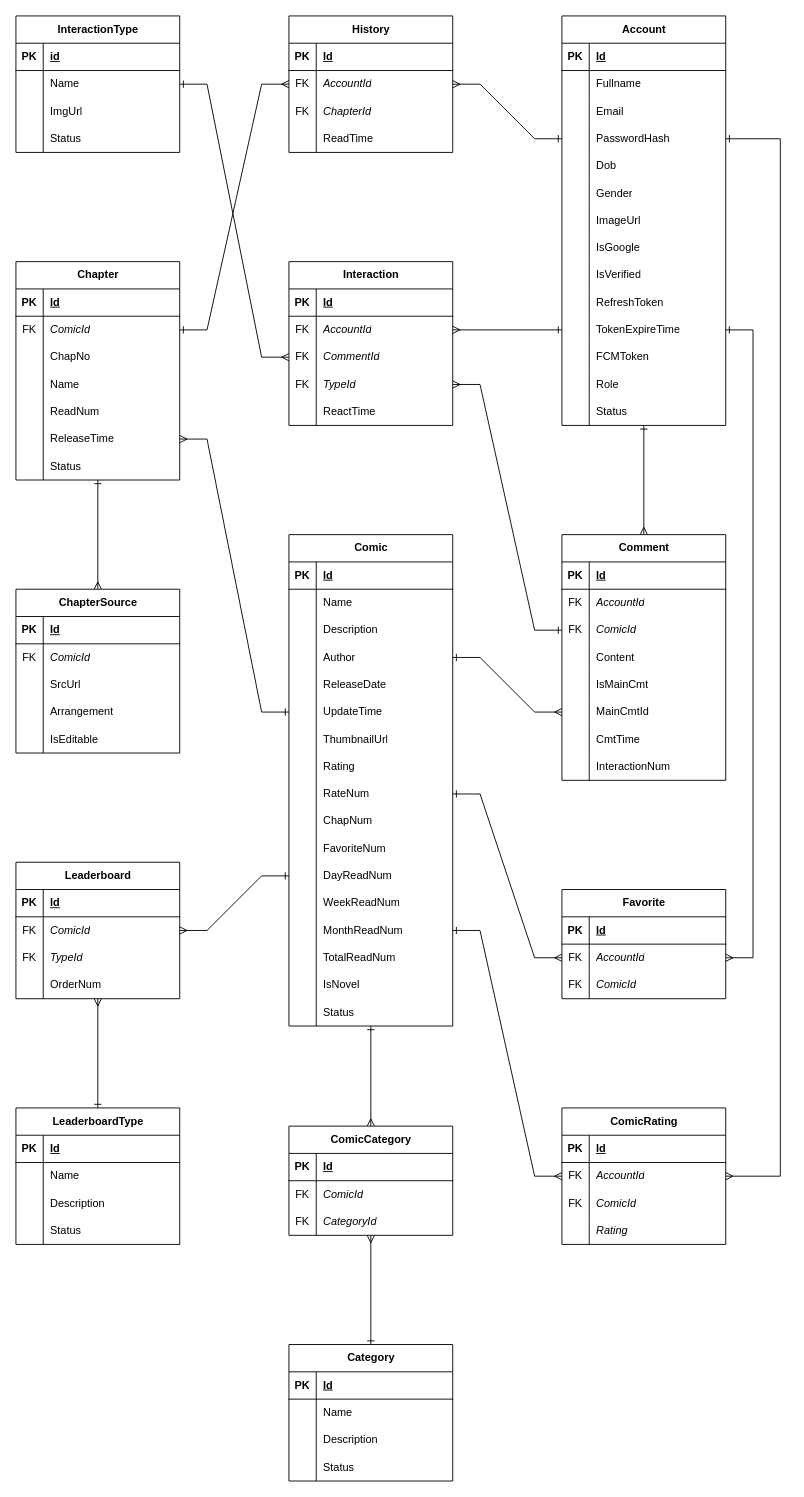
Earlier version of the draw.io diagram page "Logical" (2 of 2) of OnComics.Database/OnComics-ERD-Diagram.drawio (hiepquoc0607/OnComics). Source tidied: cells renumbered, new cells numbered last; positions are measured from the earlier drawing's top-left corner, leaving out a move shared by most shapes. Both pictures are drawn from the tidied source at 91%, with x=0, y=0 at pixel (15, 15).
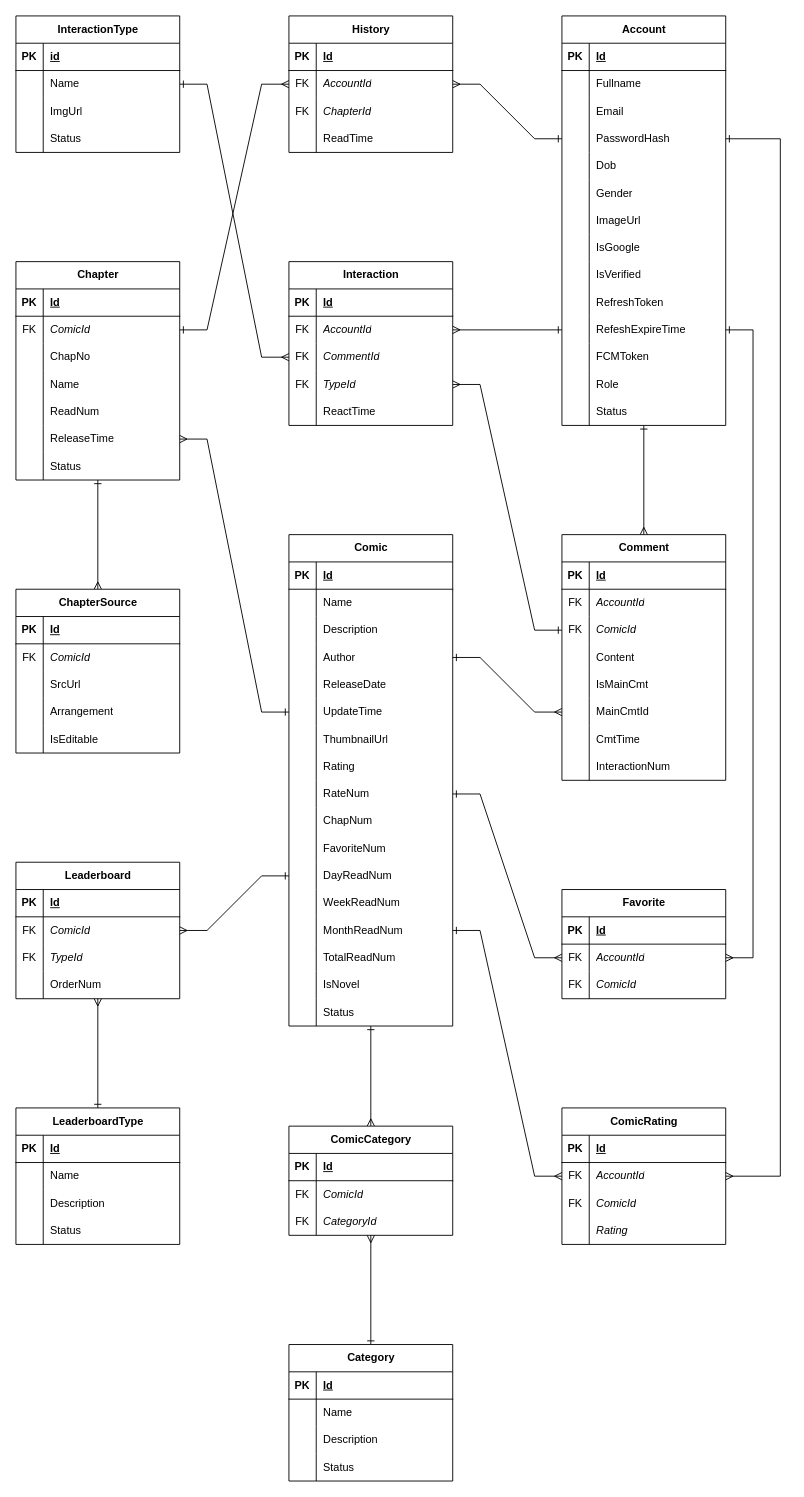
The same diagram, later.

Unchanged cells that the change refers to:
```xml
<mxCell id="34" style="shape=tableRow;horizontal=0;startSize=0;swimlaneHead=0;swimlaneBody=0;fillColor=none;points=[[0,0.5],[1,0.5]];portConstraint=eastwest;top=0;left=0;right=0;bottom=0;" parent="3" vertex="1">
  <mxGeometry y="330" width="180" height="30" as="geometry" />
</mxCell>
```

Change to the diagram source:
```diff
@@
-    <mxCell id="36" value="TokenExpireTime" style="shape=partialRectangle;fillColor=none;top=0;left=0;bottom=0;right=0;align=left;spacingLeft=6;overflow=hidden;whiteSpace=wrap;html=1;" parent="34" vertex="1">
+    <mxCell id="36" value="RefeshExpireTime" style="shape=partialRectangle;fillColor=none;top=0;left=0;bottom=0;right=0;align=left;spacingLeft=6;overflow=hidden;whiteSpace=wrap;html=1;" parent="34" vertex="1">
       <mxGeometry x="30" width="150" height="30" as="geometry" />
     </mxCell>
```
